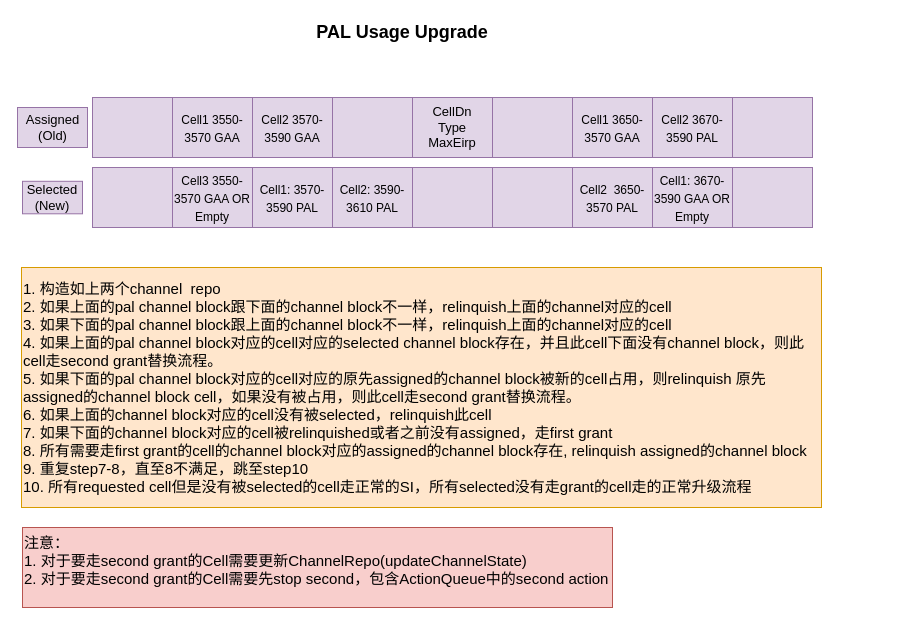
This is Pal_Change_Algorithm.drawio from xdlhzdh/drawio, a draw.io file, before an edit. Source tidied: cells renumbered, new cells numbered last; positions are measured from the earlier drawing's top-left corner, leaving out a move shared by most shapes. Both pictures are drawn from the tidied source at 100%, with x=0, y=0 at pixel (17, 17).
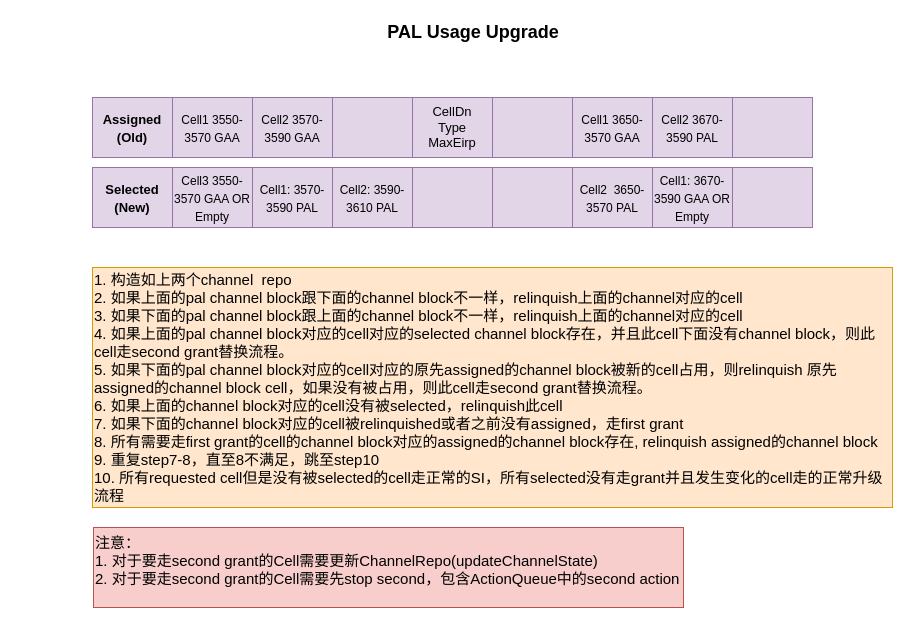
After the change.

Change to the diagram source:
```diff
@@
-    <mxCell id="2" value="1. 构造如上两个channel&amp;nbsp; repo&lt;br&gt;2. 如果上面的pal channel block跟下面的channel block不一样，relinquish上面的channel对应的cell&lt;br&gt;3. 如果下面的pal channel block跟上面的channel block不一样，relinquish上面的channel对应的cell&lt;br&gt;4. 如果上面的pal channel block对应的cell对应的selected channel block存在，并且此cell下面没有channel block，则此cell走second grant替换流程。&lt;br&gt;5. 如果下面的pal channel block对应的cell对应的原先assigned的channel block被新的cell占用，则relinquish 原先assigned的channel&amp;nbsp;block cell，如果没有被占用，则此cell走second grant替换流程。&lt;br&gt;6. 如果上面的channel block对应的cell没有被selected，relinquish此cell&lt;br&gt;7. 如果下面的channel block对应的cell被relinquished或者之前没有assigned，走first grant&amp;nbsp;&lt;br&gt;8. 所有需要走first grant的cell的channel block对应的assigned的channel block存在, relinquish assigned的channel block&lt;br&gt;9. 重复step7-8，直至8不满足，跳至step10&lt;br&gt;10. 所有requested cell但是没有被selected的cell走正常的SI，所有selected没有走grant的cell走的正常升级流程" style="rounded=0;whiteSpace=wrap;html=1;align=left;fontSize=15;fillColor=#ffe6cc;strokeColor=#d79b00;" parent="1" vertex="1">
-      <mxGeometry x="4" y="250" width="800" height="240" as="geometry" />
+    <mxCell id="2" value="1. 构造如上两个channel&amp;nbsp; repo&lt;br&gt;2. 如果上面的pal channel block跟下面的channel block不一样，relinquish上面的channel对应的cell&lt;br&gt;3. 如果下面的pal channel block跟上面的channel block不一样，relinquish上面的channel对应的cell&lt;br&gt;4. 如果上面的pal channel block对应的cell对应的selected channel block存在，并且此cell下面没有channel block，则此cell走second grant替换流程。&lt;br&gt;5. 如果下面的pal channel block对应的cell对应的原先assigned的channel block被新的cell占用，则relinquish 原先assigned的channel&amp;nbsp;block cell，如果没有被占用，则此cell走second grant替换流程。&lt;br&gt;6. 如果上面的channel block对应的cell没有被selected，relinquish此cell&lt;br&gt;7. 如果下面的channel block对应的cell被relinquished或者之前没有assigned，走first grant&amp;nbsp;&lt;br&gt;8. 所有需要走first grant的cell的channel block对应的assigned的channel block存在, relinquish assigned的channel block&lt;br&gt;9. 重复step7-8，直至8不满足，跳至step10&lt;br&gt;10. 所有requested cell但是没有被selected的cell走正常的SI，所有selected没有走grant并且发生变化的cell走的正常升级流程" style="rounded=0;whiteSpace=wrap;html=1;align=left;fontSize=15;fillColor=#ffe6cc;strokeColor=#d79b00;" parent="1" vertex="1">
+      <mxGeometry x="75" y="250" width="800" height="240" as="geometry" />
     </mxCell>
-    <mxCell id="3" style="rounded=0;whiteSpace=wrap;html=1;fontSize=15;align=center;verticalAlign=middle;fillColor=#e1d5e7;strokeColor=#9673a6;" parent="1" vertex="1">
+    <mxCell id="3" value="&lt;b&gt;&lt;span style=&quot;font-size: 13px;&quot;&gt;Assigned&lt;/span&gt;&lt;br style=&quot;font-size: 13px;&quot;&gt;&lt;span style=&quot;font-size: 13px;&quot;&gt;(Old)&lt;/span&gt;&lt;/b&gt;" style="rounded=0;whiteSpace=wrap;html=1;fontSize=15;align=center;verticalAlign=middle;fillColor=#e1d5e7;strokeColor=#9673a6;" parent="1" vertex="1">
       <mxGeometry x="75" y="80" width="80" height="60" as="geometry" />
     </mxCell>
@@
-    <mxCell id="12" style="rounded=0;whiteSpace=wrap;html=1;fontSize=15;align=center;verticalAlign=middle;fillColor=#e1d5e7;strokeColor=#9673a6;" parent="1" vertex="1">
+    <mxCell id="12" value="&lt;b&gt;&lt;span style=&quot;font-size: 13px;&quot;&gt;Selected&lt;/span&gt;&lt;br style=&quot;font-size: 13px;&quot;&gt;&lt;span style=&quot;font-size: 13px;&quot;&gt;(New)&lt;/span&gt;&lt;/b&gt;" style="rounded=0;whiteSpace=wrap;html=1;fontSize=15;align=center;verticalAlign=middle;fillColor=#e1d5e7;strokeColor=#9673a6;" parent="1" vertex="1">
       <mxGeometry x="75" y="150" width="80" height="60" as="geometry" />
     </mxCell>
@@
-    <mxCell id="21" value="Assigned&lt;br&gt;(Old)" style="text;html=1;align=center;verticalAlign=middle;strokeColor=#9673a6;fillColor=#e1d5e7;fontSize=13;" parent="1" vertex="1">
-      <mxGeometry y="90" width="70" height="40" as="geometry" />
-    </mxCell>
-    <mxCell id="22" value="Selected&lt;br&gt;(New)" style="text;html=1;strokeColor=#9673a6;fillColor=#e1d5e7;align=center;verticalAlign=middle;whiteSpace=wrap;rounded=0;fontSize=13;" parent="1" vertex="1">
-      <mxGeometry x="5" y="163.8" width="60" height="32.5" as="geometry" />
-    </mxCell>
     <mxCell id="23" value="PAL Usage Upgrade" style="text;html=1;strokeColor=none;fillColor=none;align=center;verticalAlign=middle;whiteSpace=wrap;rounded=0;fontSize=18;fontColor=#000000;fontStyle=1;" parent="1" vertex="1">
-      <mxGeometry x="275" width="220" height="30" as="geometry" />
+      <mxGeometry x="346" width="220" height="30" as="geometry" />
     </mxCell>
     <mxCell id="24" value="&lt;font style=&quot;font-size: 15px&quot;&gt;注意：&lt;br&gt;1. 对于要走second grant的Cell需要更新ChannelRepo(updateChannelState)&lt;br&gt;2. 对于要走second grant的Cell需要先stop second，包含ActionQueue中的second action&lt;br&gt;&lt;/font&gt;" style="text;html=1;strokeColor=#b85450;fillColor=#f8cecc;align=left;verticalAlign=top;whiteSpace=wrap;rounded=0;fontSize=14;" parent="1" vertex="1">
-      <mxGeometry x="5" y="510" width="590" height="80" as="geometry" />
+      <mxGeometry x="76" y="510" width="590" height="80" as="geometry" />
     </mxCell>
```
